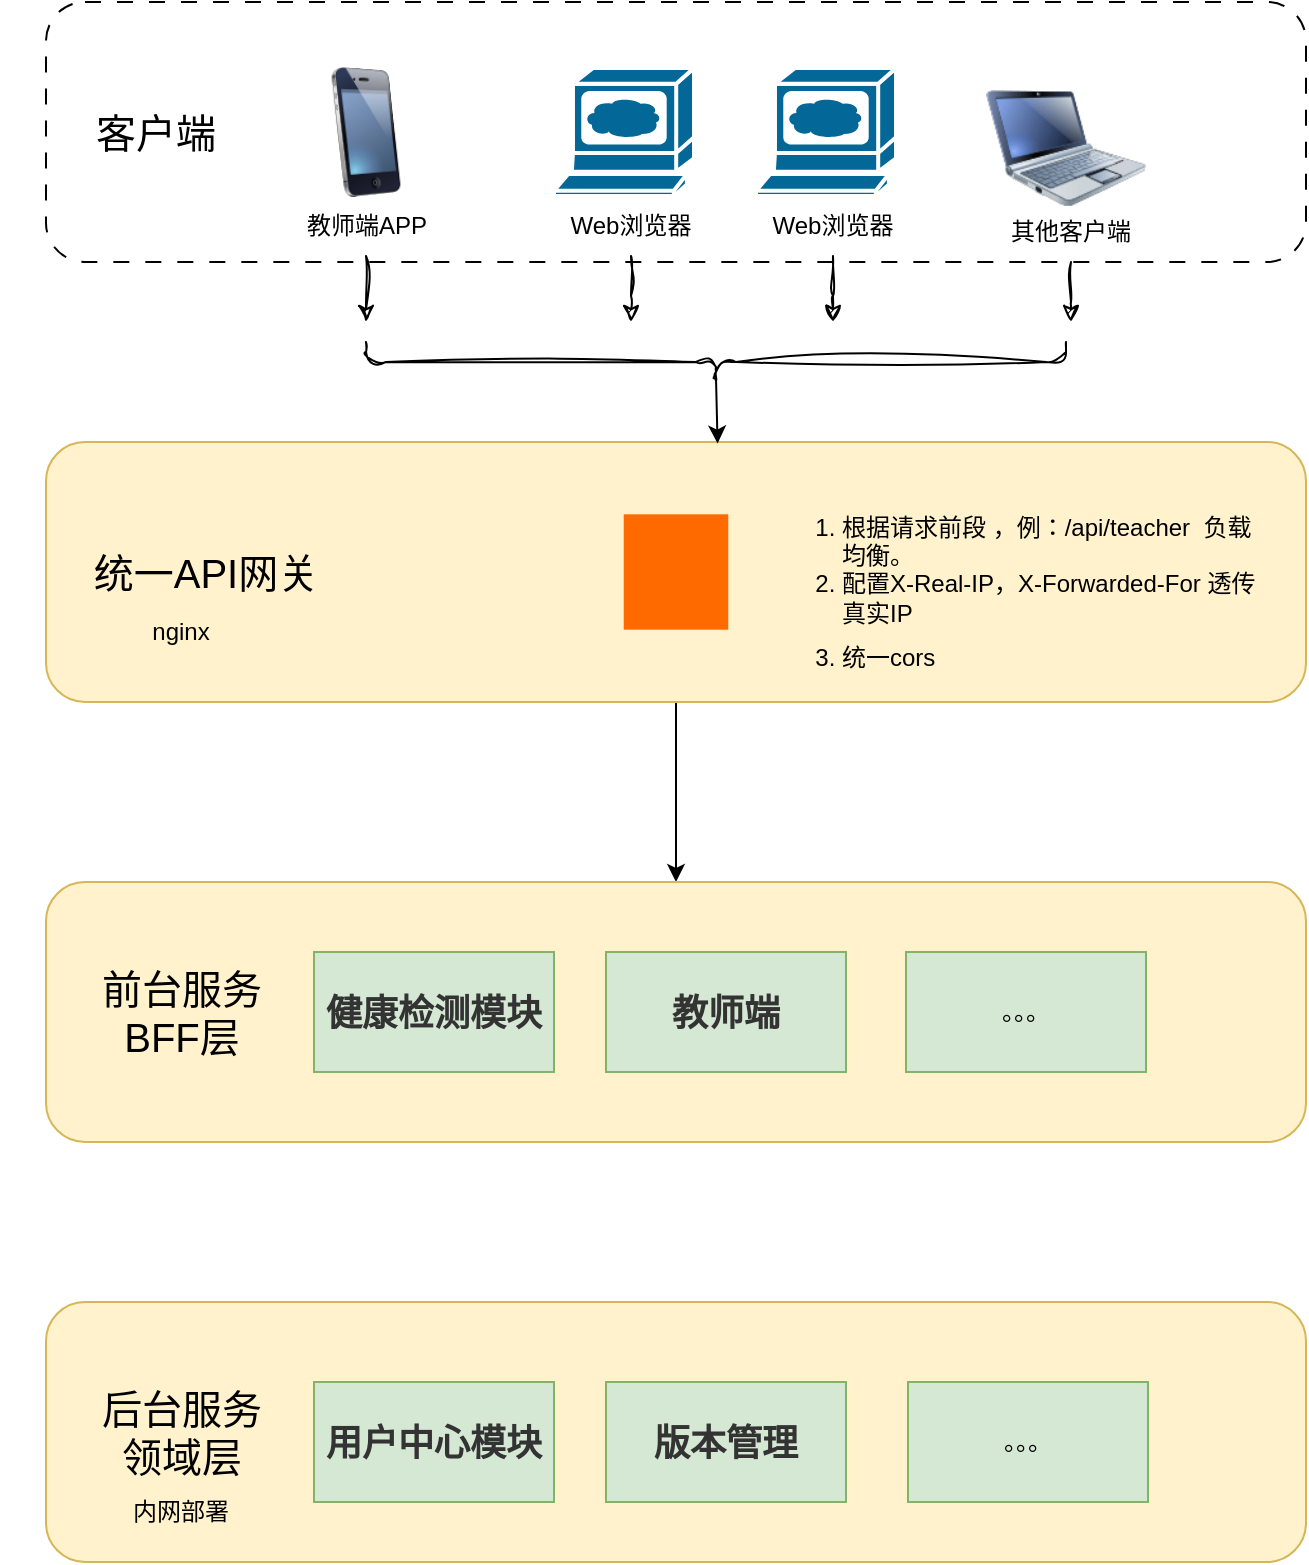
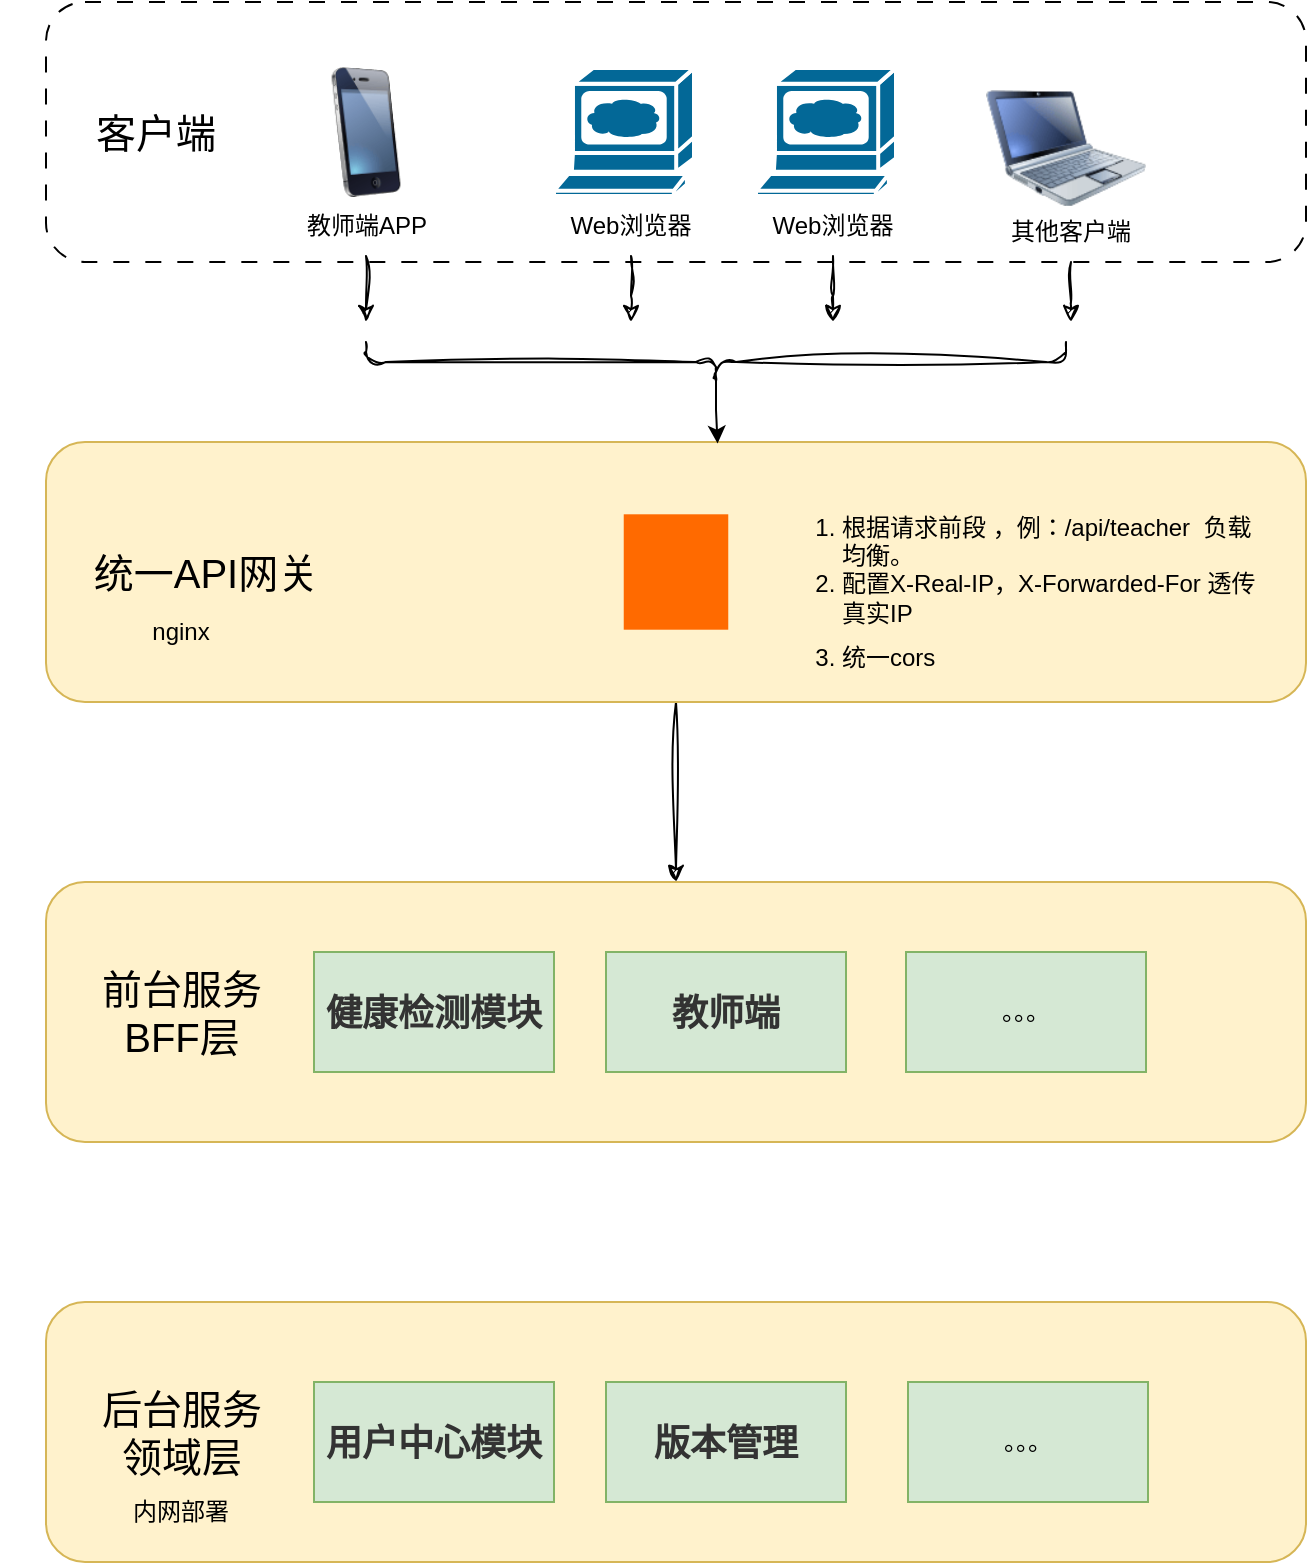
<mxfile host="app.diagrams.net" agent="5.0 (Windows NT 10.0; Win64; x64) AppleWebKit/537.36 (KHTML, like Gecko) Chrome/99.0.4844.51 Safari/537.36">
  <diagram id="piDafpqhtRUU5qUU-vj8" name="Page-1">
    <mxGraphModel dx="1174" dy="630" grid="1" gridSize="10" guides="1" tooltips="1" connect="1" arrows="1" fold="1" page="1" pageScale="1" pageWidth="827" pageHeight="1169" background="none" math="0" shadow="0">
      <root>
        <mxCell id="0" />
        <mxCell id="1" parent="0" />
        <mxCell id="5cpTgLDWtTwDe1421ZuN-3" parent="1" style="rounded=1;whiteSpace=wrap;html=1;shadow=0;glass=0;dashed=1;dashPattern=8 8;" value="" vertex="1">
          <mxGeometry height="130" width="630" x="90" y="30" as="geometry" />
        </mxCell>
        <mxCell id="-MD85wsI__NYyljHFUac-2" parent="1" style="text;html=1;whiteSpace=wrap;strokeColor=none;fillColor=none;align=center;verticalAlign=middle;rounded=0;" value="&lt;font style=&quot;font-size: 20px;&quot;&gt;客户端&lt;/font&gt;" vertex="1">
          <mxGeometry height="30" width="70" x="110" y="80" as="geometry" />
        </mxCell>
        <mxCell id="-MD85wsI__NYyljHFUac-3" parent="1" style="sketch=0;html=1;pointerEvents=1;dashed=0;fillColor=#036897;strokeColor=#ffffff;strokeWidth=2;verticalLabelPosition=bottom;verticalAlign=top;align=center;outlineConnect=0;shape=mxgraph.cisco.computers_and_peripherals.web_browser;" value="" vertex="1">
          <mxGeometry height="64" width="70" x="344" y="63" as="geometry" />
        </mxCell>
        <mxCell id="-MD85wsI__NYyljHFUac-39" edge="1" parent="1" source="-MD85wsI__NYyljHFUac-4" style="edgeStyle=orthogonalEdgeStyle;rounded=0;orthogonalLoop=1;jettySize=auto;html=1;sketch=1;curveFitting=1;jiggle=2;">
          <mxGeometry relative="1" as="geometry">
            <mxPoint x="382.5000000000002" y="190.0000000000001" as="targetPoint" />
          </mxGeometry>
        </mxCell>
        <mxCell id="-MD85wsI__NYyljHFUac-4" parent="1" style="text;html=1;whiteSpace=wrap;strokeColor=none;fillColor=none;align=center;verticalAlign=middle;rounded=0;" value="Web浏览器" vertex="1">
          <mxGeometry height="30" width="75" x="345" y="127" as="geometry" />
        </mxCell>
        <mxCell id="-MD85wsI__NYyljHFUac-5" parent="1" style="sketch=0;html=1;pointerEvents=1;dashed=0;fillColor=#036897;strokeColor=#ffffff;strokeWidth=2;verticalLabelPosition=bottom;verticalAlign=top;align=center;outlineConnect=0;shape=mxgraph.cisco.computers_and_peripherals.web_browser;" value="" vertex="1">
          <mxGeometry height="64" width="70" x="445" y="63" as="geometry" />
        </mxCell>
        <mxCell id="-MD85wsI__NYyljHFUac-35" edge="1" parent="1" source="-MD85wsI__NYyljHFUac-6" style="edgeStyle=orthogonalEdgeStyle;rounded=0;orthogonalLoop=1;jettySize=auto;html=1;sketch=1;curveFitting=1;jiggle=2;">
          <mxGeometry relative="1" as="geometry">
            <mxPoint x="483.5" y="190.0000000000001" as="targetPoint" />
          </mxGeometry>
        </mxCell>
        <mxCell id="-MD85wsI__NYyljHFUac-6" parent="1" style="text;html=1;whiteSpace=wrap;strokeColor=none;fillColor=none;align=center;verticalAlign=middle;rounded=0;" value="Web浏览器" vertex="1">
          <mxGeometry height="30" width="75" x="446" y="127" as="geometry" />
        </mxCell>
        <mxCell id="-MD85wsI__NYyljHFUac-7" parent="1" style="image;html=1;image=img/lib/clip_art/computers/Netbook_128x128.png" value="" vertex="1">
          <mxGeometry height="80" width="80" x="560" y="63" as="geometry" />
        </mxCell>
        <mxCell id="-MD85wsI__NYyljHFUac-8" parent="1" style="image;html=1;image=img/lib/clip_art/telecommunication/iPhone_128x128.png" value="" vertex="1">
          <mxGeometry height="65" width="80" x="210" y="62.5" as="geometry" />
        </mxCell>
        <mxCell id="-MD85wsI__NYyljHFUac-34" edge="1" parent="1" source="-MD85wsI__NYyljHFUac-9" style="edgeStyle=orthogonalEdgeStyle;rounded=0;orthogonalLoop=1;jettySize=auto;html=1;exitX=0.5;exitY=1;exitDx=0;exitDy=0;sketch=1;curveFitting=1;jiggle=2;">
          <mxGeometry relative="1" as="geometry">
            <mxPoint x="250" y="190" as="targetPoint" />
          </mxGeometry>
        </mxCell>
        <mxCell id="-MD85wsI__NYyljHFUac-9" parent="1" style="text;html=1;whiteSpace=wrap;strokeColor=none;fillColor=none;align=center;verticalAlign=middle;rounded=0;" value="教师端APP" vertex="1">
          <mxGeometry height="30" width="75" x="212.5" y="127" as="geometry" />
        </mxCell>
        <mxCell id="-MD85wsI__NYyljHFUac-36" edge="1" parent="1" source="-MD85wsI__NYyljHFUac-10" style="edgeStyle=orthogonalEdgeStyle;rounded=0;orthogonalLoop=1;jettySize=auto;html=1;sketch=1;curveFitting=1;jiggle=2;">
          <mxGeometry relative="1" as="geometry">
            <mxPoint x="602.5000000000002" y="190.0000000000001" as="targetPoint" />
          </mxGeometry>
        </mxCell>
        <mxCell id="-MD85wsI__NYyljHFUac-10" parent="1" style="text;html=1;whiteSpace=wrap;strokeColor=none;fillColor=none;align=center;verticalAlign=middle;rounded=0;" value="其他客户端" vertex="1">
          <mxGeometry height="30" width="75" x="565" y="130" as="geometry" />
        </mxCell>
-         <mxCell id="-MD85wsI__NYyljHFUac-23" edge="1" parent="1" source="-MD85wsI__NYyljHFUac-11" style="edgeStyle=orthogonalEdgeStyle;rounded=0;orthogonalLoop=1;jettySize=auto;html=1;exitX=0.5;exitY=1;exitDx=0;exitDy=0;entryX=0.5;entryY=0;entryDx=0;entryDy=0;" target="-MD85wsI__NYyljHFUac-22">
+         <mxCell id="-MD85wsI__NYyljHFUac-23" edge="1" parent="1" source="-MD85wsI__NYyljHFUac-11" style="edgeStyle=orthogonalEdgeStyle;rounded=0;orthogonalLoop=1;jettySize=auto;html=1;exitX=0.5;exitY=1;exitDx=0;exitDy=0;entryX=0.5;entryY=0;entryDx=0;entryDy=0;sketch=1;curveFitting=1;jiggle=2;" target="-MD85wsI__NYyljHFUac-22">
          <mxGeometry relative="1" as="geometry" />
        </mxCell>
        <mxCell id="-MD85wsI__NYyljHFUac-11" parent="1" style="rounded=1;whiteSpace=wrap;html=1;shadow=0;glass=0;fillColor=#fff2cc;strokeColor=#d6b656;" value="" vertex="1">
          <mxGeometry height="130" width="630" x="90" y="250" as="geometry" />
        </mxCell>
        <mxCell id="-MD85wsI__NYyljHFUac-13" parent="1" style="text;html=1;whiteSpace=wrap;strokeColor=none;fillColor=none;align=center;verticalAlign=middle;rounded=0;" value="&lt;span style=&quot;font-size: 20px;&quot;&gt;统一API网关&lt;/span&gt;" vertex="1">
          <mxGeometry height="30" width="180" x="80" y="300" as="geometry" />
        </mxCell>
        <mxCell id="-MD85wsI__NYyljHFUac-14" parent="1" style="text;html=1;whiteSpace=wrap;strokeColor=none;fillColor=none;align=center;verticalAlign=middle;rounded=0;" value="nginx" vertex="1">
          <mxGeometry height="30" width="75" x="120" y="330" as="geometry" />
        </mxCell>
        <mxCell id="-MD85wsI__NYyljHFUac-20" parent="1" style="points=[];aspect=fixed;html=1;align=center;shadow=0;dashed=0;fillColor=#FF6A00;strokeColor=none;shape=mxgraph.alibaba_cloud.ehpc_elastic_high_performance_computing;" value="" vertex="1">
          <mxGeometry height="57.7" width="52.26" x="378.87" y="286.15" as="geometry" />
        </mxCell>
        <mxCell id="-MD85wsI__NYyljHFUac-21" parent="1" style="text;html=1;whiteSpace=wrap;strokeColor=none;fillColor=none;align=left;verticalAlign=middle;rounded=0;" value="&lt;ol&gt;&lt;li&gt;&lt;span style=&quot;background-color: transparent; color: light-dark(rgb(0, 0, 0), rgb(255, 255, 255));&quot;&gt;根据请求前段 ，例：/api/teacher&amp;nbsp; 负载均衡。&lt;/span&gt;&lt;/li&gt;&lt;li class=&quot;md-list-item md-focus-container&quot; style=&quot;box-sizing: border-box; margin: 0px; position: relative;&quot;&gt;&lt;p class=&quot;md-end-block md-p md-focus&quot; style=&quot;box-sizing: border-box; line-height: inherit; orphans: 4; margin: 0px 0px 0.5rem; white-space: pre-wrap; position: relative;&quot;&gt;&lt;span class=&quot;md-plain md-expand&quot; style=&quot;box-sizing: border-box;&quot;&gt;配置X-Real-IP，X-Forwarded-For 透传真实IP&lt;/span&gt;&lt;/p&gt;&lt;/li&gt;&lt;li class=&quot;md-list-item md-focus-container&quot; style=&quot;box-sizing: border-box; margin: 0px; position: relative;&quot;&gt;&lt;p class=&quot;md-end-block md-p md-focus&quot; style=&quot;box-sizing: border-box; line-height: inherit; orphans: 4; margin: 0px 0px 0.5rem; white-space: pre-wrap; position: relative;&quot;&gt;统一cors&lt;/p&gt;&lt;/li&gt;&lt;/ol&gt;" vertex="1">
          <mxGeometry height="90" width="254" x="446" y="280" as="geometry" />
        </mxCell>
        <mxCell id="-MD85wsI__NYyljHFUac-22" parent="1" style="rounded=1;whiteSpace=wrap;html=1;shadow=0;glass=0;fillColor=#fff2cc;strokeColor=#d6b656;" value="" vertex="1">
          <mxGeometry height="130" width="630" x="90" y="470" as="geometry" />
        </mxCell>
        <mxCell id="-MD85wsI__NYyljHFUac-24" parent="1" style="text;html=1;whiteSpace=wrap;strokeColor=none;fillColor=none;align=center;verticalAlign=middle;rounded=0;" value="&lt;span style=&quot;font-size: 20px;&quot;&gt;前台服务&lt;/span&gt;&lt;div&gt;&lt;span style=&quot;font-size: 20px;&quot;&gt;BFF层&lt;/span&gt;&lt;/div&gt;" vertex="1">
          <mxGeometry height="60" width="180" x="67.5" y="505" as="geometry" />
        </mxCell>
        <mxCell id="-MD85wsI__NYyljHFUac-25" parent="1" style="rounded=0;whiteSpace=wrap;html=1;fillColor=#d5e8d4;strokeColor=#82b366;" value="&lt;h3 class=&quot;md-end-block md-heading&quot; style=&quot;box-sizing: border-box; break-after: avoid-page; break-inside: avoid; orphans: 4; font-size: 1.5em; margin-top: 1rem; margin-bottom: 1rem; position: relative; line-height: 1.43; cursor: text; white-space: pre-wrap; color: rgb(51, 51, 51); font-family: &amp;quot;Open Sans&amp;quot;, &amp;quot;Clear Sans&amp;quot;, &amp;quot;Helvetica Neue&amp;quot;, Helvetica, Arial, &amp;quot;Segoe UI Emoji&amp;quot;, sans-serif; text-align: start;&quot;&gt;&lt;span class=&quot;md-plain&quot; style=&quot;box-sizing: border-box;&quot;&gt;健康检测模块&lt;/span&gt;&lt;/h3&gt;" vertex="1">
          <mxGeometry height="60" width="120" x="224" y="505" as="geometry" />
        </mxCell>
        <mxCell id="-MD85wsI__NYyljHFUac-26" parent="1" style="rounded=0;whiteSpace=wrap;html=1;fillColor=#d5e8d4;strokeColor=#82b366;" value="&lt;h3 class=&quot;md-end-block md-heading&quot; style=&quot;box-sizing: border-box; break-after: avoid-page; break-inside: avoid; orphans: 4; font-size: 1.5em; margin-top: 1rem; margin-bottom: 1rem; position: relative; line-height: 1.43; cursor: text; white-space: pre-wrap; outline: 0px; box-shadow: none; color: rgb(51, 51, 51); font-family: &amp;quot;Open Sans&amp;quot;, &amp;quot;Clear Sans&amp;quot;, &amp;quot;Helvetica Neue&amp;quot;, Helvetica, Arial, &amp;quot;Segoe UI Emoji&amp;quot;, sans-serif; text-align: start;&quot;&gt;&lt;span class=&quot;md-plain&quot; style=&quot;box-sizing: border-box;&quot;&gt;教师端&lt;/span&gt;&lt;/h3&gt;" vertex="1">
          <mxGeometry height="60" width="120" x="370" y="505" as="geometry" />
        </mxCell>
        <mxCell id="-MD85wsI__NYyljHFUac-27" parent="1" style="rounded=0;whiteSpace=wrap;html=1;fillColor=#d5e8d4;strokeColor=#82b366;" value="。。。" vertex="1">
          <mxGeometry height="60" width="120" x="520" y="505" as="geometry" />
        </mxCell>
        <mxCell id="-MD85wsI__NYyljHFUac-28" parent="1" style="rounded=1;whiteSpace=wrap;html=1;shadow=0;glass=0;fillColor=#fff2cc;strokeColor=#d6b656;" value="" vertex="1">
          <mxGeometry height="130" width="630" x="90" y="680" as="geometry" />
        </mxCell>
        <mxCell id="-MD85wsI__NYyljHFUac-29" parent="1" style="text;html=1;whiteSpace=wrap;strokeColor=none;fillColor=none;align=center;verticalAlign=middle;rounded=0;" value="&lt;span style=&quot;font-size: 20px;&quot;&gt;后台服务&lt;/span&gt;&lt;div&gt;&lt;span style=&quot;font-size: 20px;&quot;&gt;领域层&lt;/span&gt;&lt;/div&gt;" vertex="1">
          <mxGeometry height="60" width="180" x="67.5" y="715" as="geometry" />
        </mxCell>
        <mxCell id="-MD85wsI__NYyljHFUac-30" parent="1" style="text;html=1;whiteSpace=wrap;strokeColor=none;fillColor=none;align=center;verticalAlign=middle;rounded=0;" value="内网部署" vertex="1">
          <mxGeometry height="30" width="75" x="120" y="770" as="geometry" />
        </mxCell>
        <mxCell id="-MD85wsI__NYyljHFUac-31" parent="1" style="rounded=0;whiteSpace=wrap;html=1;fillColor=#d5e8d4;strokeColor=#82b366;" value="&lt;h3 class=&quot;md-end-block md-heading&quot; style=&quot;box-sizing: border-box; break-after: avoid-page; break-inside: avoid; orphans: 4; font-size: 1.5em; margin-top: 1rem; margin-bottom: 1rem; position: relative; line-height: 1.43; cursor: text; white-space: pre-wrap; color: rgb(51, 51, 51); font-family: &amp;quot;Open Sans&amp;quot;, &amp;quot;Clear Sans&amp;quot;, &amp;quot;Helvetica Neue&amp;quot;, Helvetica, Arial, &amp;quot;Segoe UI Emoji&amp;quot;, sans-serif; text-align: start;&quot;&gt;&lt;span class=&quot;md-plain&quot; style=&quot;box-sizing: border-box;&quot;&gt;用户中心模块&lt;/span&gt;&lt;/h3&gt;" vertex="1">
          <mxGeometry height="60" width="120" x="224" y="720" as="geometry" />
        </mxCell>
        <mxCell id="-MD85wsI__NYyljHFUac-32" parent="1" style="rounded=0;whiteSpace=wrap;html=1;fillColor=#d5e8d4;strokeColor=#82b366;" value="&lt;h3 class=&quot;md-end-block md-heading&quot; style=&quot;box-sizing: border-box; break-after: avoid-page; break-inside: avoid; orphans: 4; font-size: 1.5em; margin-top: 1rem; margin-bottom: 1rem; position: relative; line-height: 1.43; cursor: text; white-space: pre-wrap; color: rgb(51, 51, 51); font-family: &amp;quot;Open Sans&amp;quot;, &amp;quot;Clear Sans&amp;quot;, &amp;quot;Helvetica Neue&amp;quot;, Helvetica, Arial, &amp;quot;Segoe UI Emoji&amp;quot;, sans-serif; text-align: start;&quot;&gt;版本管理&lt;/h3&gt;" vertex="1">
          <mxGeometry height="60" width="120" x="370" y="720" as="geometry" />
        </mxCell>
        <mxCell id="-MD85wsI__NYyljHFUac-33" parent="1" style="rounded=0;whiteSpace=wrap;html=1;fillColor=#d5e8d4;strokeColor=#82b366;" value="。。。" vertex="1">
          <mxGeometry height="60" width="120" x="521" y="720" as="geometry" />
        </mxCell>
        <mxCell id="-MD85wsI__NYyljHFUac-37" parent="1" style="shape=curlyBracket;whiteSpace=wrap;html=1;rounded=1;flipH=1;labelPosition=right;verticalLabelPosition=middle;align=left;verticalAlign=middle;legacyAnchorPoints=0;rotation=90;sketch=1;curveFitting=1;jiggle=2;" value="" vertex="1">
          <mxGeometry height="350" width="20" x="415" y="35" as="geometry" />
        </mxCell>
        <mxCell id="-MD85wsI__NYyljHFUac-40" edge="1" parent="1" source="-MD85wsI__NYyljHFUac-37" style="edgeStyle=orthogonalEdgeStyle;rounded=0;orthogonalLoop=1;jettySize=auto;html=1;exitX=0.1;exitY=0.5;exitDx=0;exitDy=0;exitPerimeter=0;entryX=0.533;entryY=0.006;entryDx=0;entryDy=0;entryPerimeter=0;" target="-MD85wsI__NYyljHFUac-11">
-           <mxGeometry relative="1" as="geometry" />
+           <mxGeometry relative="1" as="geometry">
+             <Array as="points">
+               <mxPoint x="425" y="234" />
+               <mxPoint x="426" y="234" />
+             </Array>
+           </mxGeometry>
        </mxCell>
      </root>
    </mxGraphModel>
  </diagram>
</mxfile>
